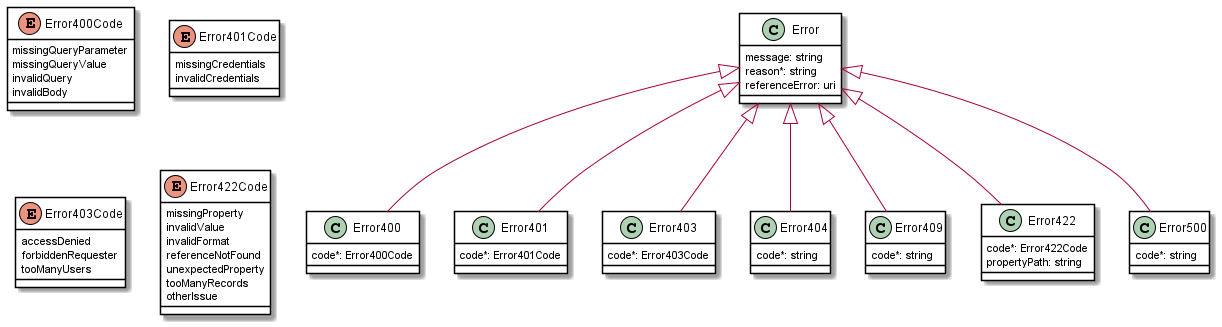
This is documentation/productApi/billing/media/error_entities.png from MEF-GIT/MEF-LSO-Sonata-SDK, a PlantUML export, as it was before one commit.
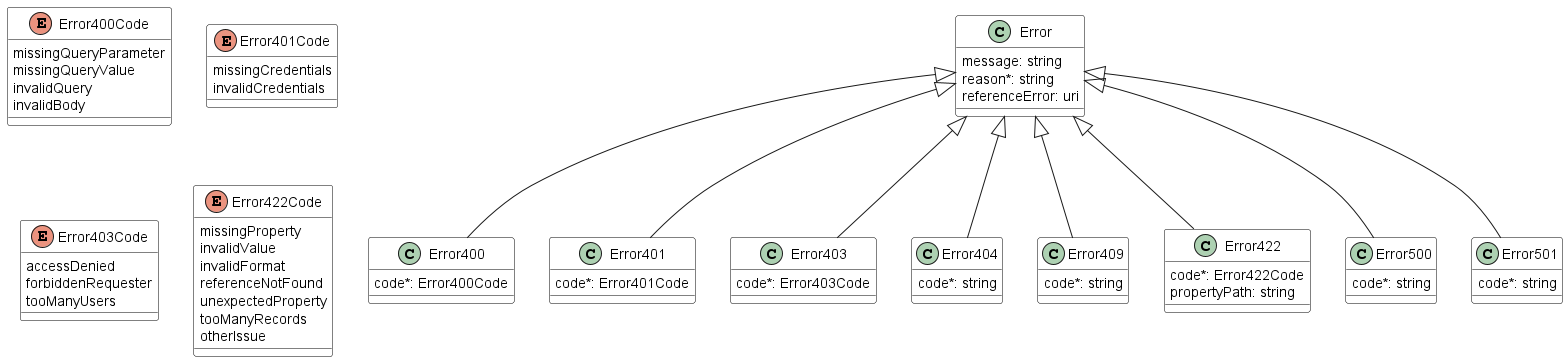
Above is the later version.

Change to the diagram source:
```diff
@@ -102,6 +102,13 @@
 Error <|-- Error500
 
 
+class Error501 {
+
+    code*: string
+}
+Error <|-- Error501
+
+
 
 
 @enduml
```
